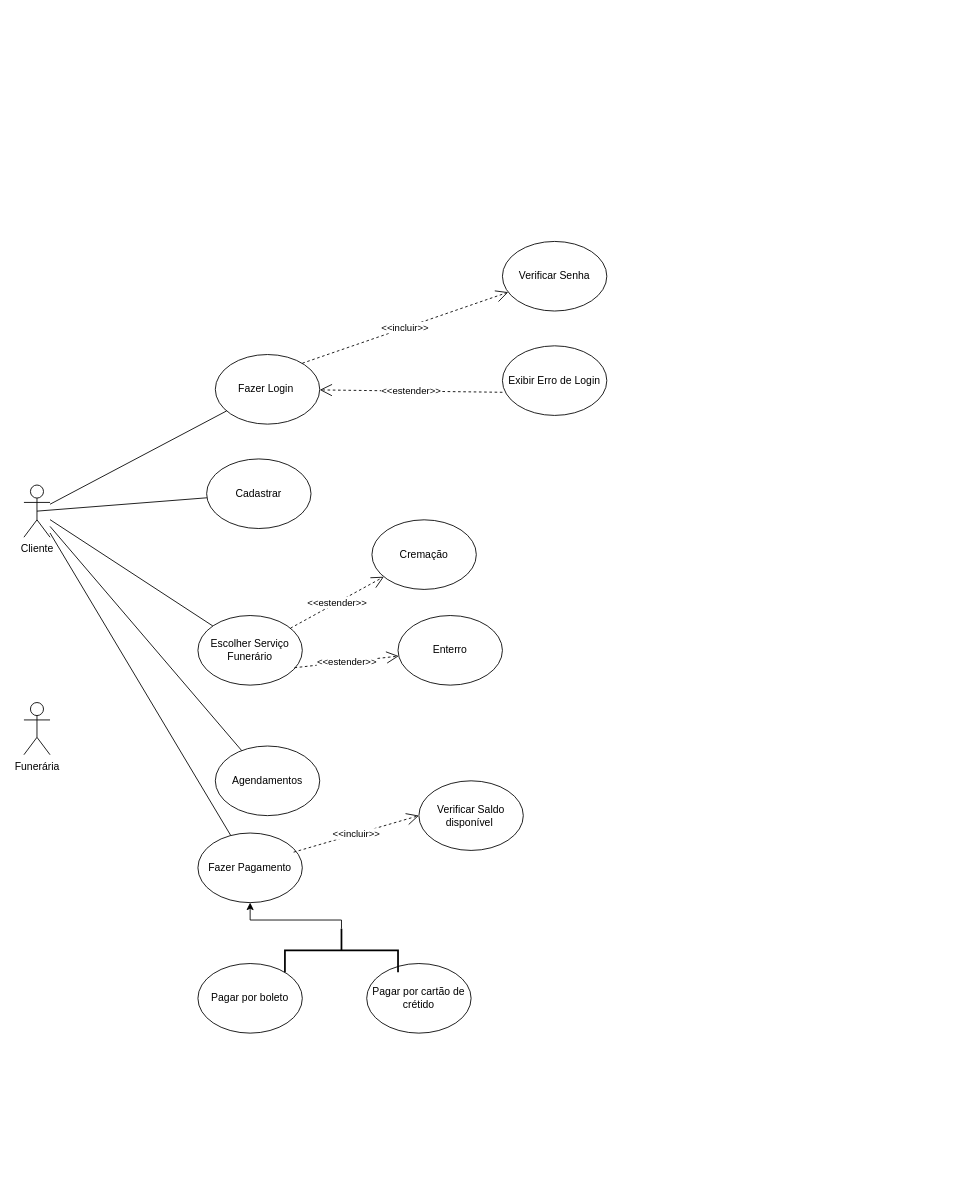
Earlier version of the draw.io diagram TrabalhoEngenharia.drawio (EsterGalati/Diagramas). Source tidied: cells renumbered, new cells numbered last; positions are measured from the earlier drawing's top-left corner, leaving out a move shared by most shapes. Both pictures are drawn from the tidied source at 87%, with x=0, y=0 at pixel (23, 241).
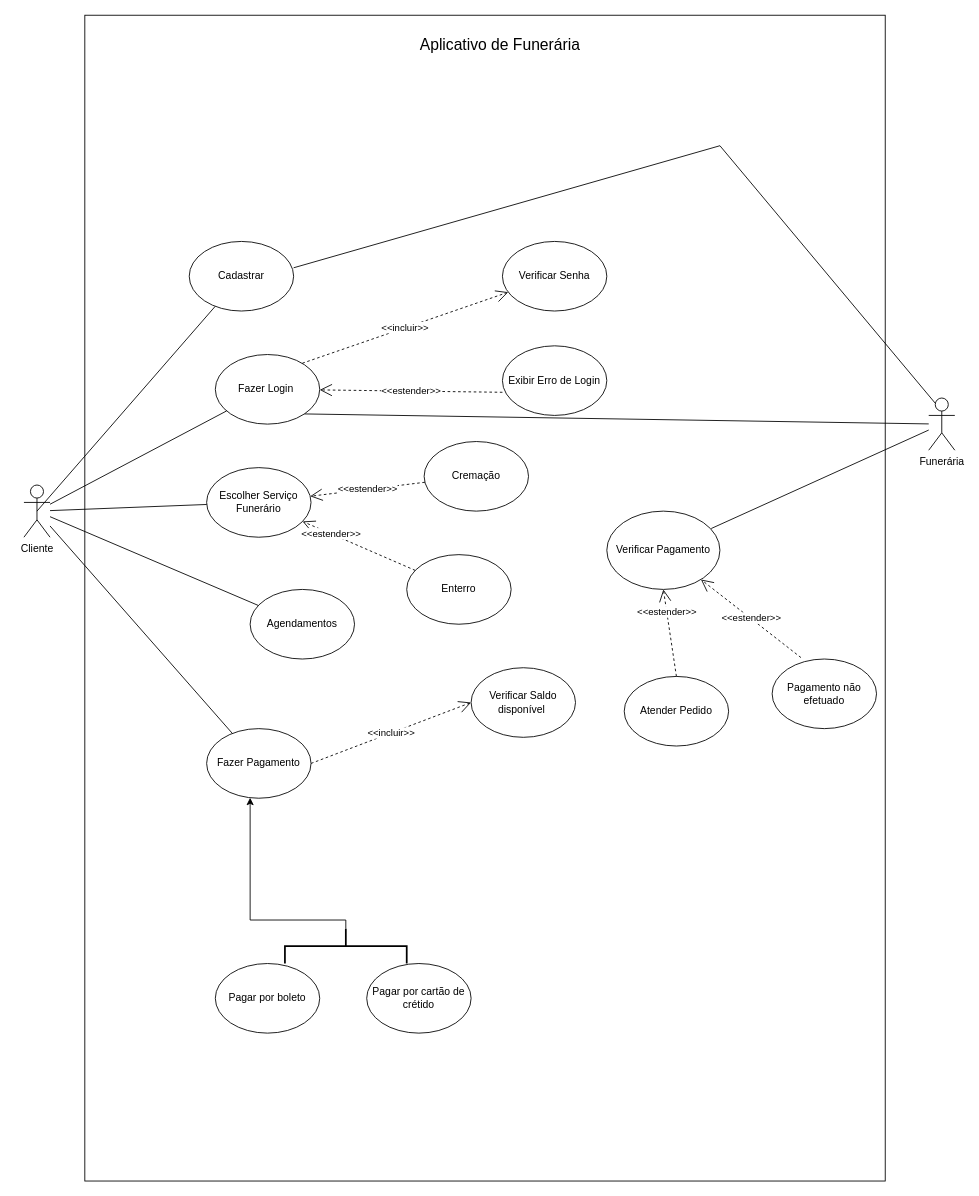
After the change.

The change refers to these unchanged cells:
```xml
<mxCell id="4" value="Fazer Login&amp;nbsp;" style="ellipse;whiteSpace=wrap;html=1;" parent="1" vertex="1">
  <mxGeometry x="220" y="130" width="120" height="80" as="geometry" />
</mxCell>
```

What changed in the source:
```diff
@@
-    <mxCell id="3" value="Funerária" style="shape=umlActor;verticalLabelPosition=bottom;verticalAlign=top;html=1;outlineConnect=0;" parent="1" vertex="1">
-      <mxGeometry y="530" width="30" height="60" as="geometry" />
-    </mxCell>
@@
     <mxCell id="5" value="Cadastrar" style="ellipse;whiteSpace=wrap;html=1;" parent="1" vertex="1">
-      <mxGeometry x="210" y="250" width="120" height="80" as="geometry" />
+      <mxGeometry x="190" width="120" height="80" as="geometry" />
     </mxCell>
     <mxCell id="6" value="Escolher Serviço Funerário" style="ellipse;whiteSpace=wrap;html=1;" parent="1" vertex="1">
-      <mxGeometry x="200" y="430" width="120" height="80" as="geometry" />
+      <mxGeometry x="210" y="260" width="120" height="80" as="geometry" />
     </mxCell>
     <mxCell id="7" value="Agendamentos" style="ellipse;whiteSpace=wrap;html=1;" parent="1" vertex="1">
-      <mxGeometry x="220" y="580" width="120" height="80" as="geometry" />
+      <mxGeometry x="260" y="400" width="120" height="80" as="geometry" />
     </mxCell>
@@
     <mxCell id="14" value="Fazer Pagamento" style="ellipse;whiteSpace=wrap;html=1;" parent="1" vertex="1">
-      <mxGeometry x="200" y="680" width="120" height="80" as="geometry" />
+      <mxGeometry x="210" y="560" width="120" height="80" as="geometry" />
     </mxCell>
@@
     <mxCell id="16" value="Verificar Saldo disponível&amp;nbsp;" style="ellipse;whiteSpace=wrap;html=1;" parent="1" vertex="1">
-      <mxGeometry x="454" y="620" width="120" height="80" as="geometry" />
+      <mxGeometry x="514" y="490" width="120" height="80" as="geometry" />
     </mxCell>
     <mxCell id="17" value="Pagar por boleto" style="ellipse;whiteSpace=wrap;html=1;" parent="1" vertex="1">
-      <mxGeometry x="200" y="830" width="120" height="80" as="geometry" />
+      <mxGeometry x="220" y="830" width="120" height="80" as="geometry" />
     </mxCell>
@@
-    <mxCell id="21" value="&amp;lt;&amp;lt;incluir&amp;gt;&amp;gt;" style="endArrow=open;endSize=12;dashed=1;html=1;rounded=0;entryX=0;entryY=0.5;entryDx=0;entryDy=0;" parent="1" edge="1" target="16">
-      <mxGeometry relative="1" as="geometry">
-        <mxPoint x="310" y="702" as="sourcePoint" />
-      </mxGeometry>
+    <mxCell id="21" value="&amp;lt;&amp;lt;incluir&amp;gt;&amp;gt;" style="endArrow=open;endSize=12;dashed=1;html=1;rounded=0;entryX=0;entryY=0.5;entryDx=0;entryDy=0;exitX=1;exitY=0.5;exitDx=0;exitDy=0;" parent="1" edge="1" source="14" target="16">
+      <mxGeometry relative="1" as="geometry" />
     </mxCell>
     <mxCell id="22" style="edgeStyle=orthogonalEdgeStyle;rounded=0;jettySize=auto;html=1;exitX=0;exitY=0.5;exitDx=0;exitDy=0;exitPerimeter=0;" parent="1" edge="1" source="23" target="14">
       <mxGeometry relative="1" as="geometry">
         <Array as="points">
-          <mxPoint x="365" y="780" />
+          <mxPoint x="370" y="780" />
           <mxPoint x="260" y="780" />
         </Array>
       </mxGeometry>
     </mxCell>
     <mxCell id="23" style="strokeWidth=2;html=1;shape=mxgraph.flowchart.annotation_2;align=left;labelPosition=right;direction=south;" parent="1" vertex="1">
-      <mxGeometry x="300" y="790" width="130" height="50" as="geometry" />
+      <mxGeometry x="300" y="790" width="140" height="40" as="geometry" />
     </mxCell>
     <mxCell id="24" value="Cremação" style="ellipse;whiteSpace=wrap;html=1;" parent="1" vertex="1">
-      <mxGeometry x="400" y="320" width="120" height="80" as="geometry" />
+      <mxGeometry x="460" y="230" width="120" height="80" as="geometry" />
     </mxCell>
     <mxCell id="25" value="Enterro" style="ellipse;whiteSpace=wrap;html=1;" parent="1" vertex="1">
-      <mxGeometry x="430" y="430" width="120" height="80" as="geometry" />
+      <mxGeometry x="440" y="360" width="120" height="80" as="geometry" />
     </mxCell>
-    <mxCell id="26" value="&amp;lt;&amp;lt;estender&amp;gt;&amp;gt;" style="endArrow=open;endSize=12;dashed=1;html=1;rounded=0;" parent="1" edge="1" source="6" target="24">
+    <mxCell id="26" value="&amp;lt;&amp;lt;estender&amp;gt;&amp;gt;" style="endArrow=open;endSize=12;dashed=1;html=1;rounded=0;" parent="1" edge="1" source="24" target="6">
       <mxGeometry relative="1" as="geometry" />
     </mxCell>
-    <mxCell id="27" value="&amp;lt;&amp;lt;estender&amp;gt;&amp;gt;" style="endArrow=open;endSize=12;dashed=1;html=1;rounded=0;" parent="1" edge="1" target="25">
-      <mxGeometry relative="1" as="geometry">
-        <mxPoint x="311" y="490" as="sourcePoint" />
-      </mxGeometry>
+    <mxCell id="27" value="&amp;lt;&amp;lt;estender&amp;gt;&amp;gt;" style="endArrow=open;endSize=12;dashed=1;html=1;rounded=0;" parent="1" edge="1" source="25" target="6">
+      <mxGeometry x="0.49" relative="1" as="geometry" />
     </mxCell>
+    <mxCell id="3" value="Funerária" style="shape=umlActor;verticalLabelPosition=bottom;verticalAlign=top;html=1;outlineConnect=0;" parent="1" vertex="1">
+      <mxGeometry x="1040" y="180" width="30" height="60" as="geometry" />
+    </mxCell>
+    <mxCell id="28" style="endArrow=none;html=1;rounded=0;exitX=1;exitY=1;exitDx=0;exitDy=0;" parent="1" edge="1" source="4" target="3">
+      <mxGeometry relative="1" as="geometry" />
+    </mxCell>
+    <mxCell id="29" value="Atender Pedido" style="ellipse;whiteSpace=wrap;html=1;" parent="1" vertex="1">
+      <mxGeometry x="690" y="500" width="120" height="80" as="geometry" />
+    </mxCell>
+    <mxCell id="30" value="Verificar Pagamento" style="ellipse;whiteSpace=wrap;html=1;" parent="1" vertex="1">
+      <mxGeometry x="670" y="310" width="130" height="90" as="geometry" />
+    </mxCell>
+    <mxCell id="31" style="endArrow=none;html=1;rounded=0;" parent="1" edge="1" target="3">
+      <mxGeometry relative="1" as="geometry">
+        <mxPoint x="790" y="330" as="sourcePoint" />
+      </mxGeometry>
+    </mxCell>
+    <mxCell id="32" value="Pagamento não efetuado" style="ellipse;whiteSpace=wrap;html=1;" parent="1" vertex="1">
+      <mxGeometry x="860" y="480" width="120" height="80" as="geometry" />
+    </mxCell>
+    <mxCell id="33" value="&amp;lt;&amp;lt;estender&amp;gt;&amp;gt;" style="endArrow=open;endSize=12;dashed=1;html=1;rounded=0;exitX=0.276;exitY=-0.021;exitDx=0;exitDy=0;exitPerimeter=0;" parent="1" edge="1" source="32" target="30">
+      <mxGeometry relative="1" as="geometry" />
+    </mxCell>
+    <mxCell id="34" value="&amp;lt;&amp;lt;estender&amp;gt;&amp;gt;" style="endArrow=open;endSize=12;dashed=1;html=1;rounded=0;entryX=0.5;entryY=1;entryDx=0;entryDy=0;exitX=0.5;exitY=0;exitDx=0;exitDy=0;" parent="1" edge="1" source="29" target="30">
+      <mxGeometry x="0.49" relative="1" as="geometry" />
+    </mxCell>
+    <mxCell id="35" style="rounded=0;whiteSpace=wrap;html=1;gradientColor=none;fillColor=none;" parent="1" vertex="1">
+      <mxGeometry x="70" y="-260" width="920" height="1340" as="geometry" />
+    </mxCell>
+    <mxCell id="36" value="Aplicativo de Funerária&amp;nbsp;" style="text;html=1;strokeColor=none;fillColor=none;align=center;verticalAlign=middle;whiteSpace=wrap;rounded=0;fontSize=18;" parent="1" vertex="1">
+      <mxGeometry x="440" y="-240" width="220" height="30" as="geometry" />
+    </mxCell>
+    <mxCell id="37" style="endArrow=none;html=1;rounded=0;entryX=0.25;entryY=0.239;entryDx=0;entryDy=0;entryPerimeter=0;exitX=0.25;exitY=0.1;exitDx=0;exitDy=0;exitPerimeter=0;" parent="1" edge="1" source="3">
+      <mxGeometry relative="1" as="geometry">
+        <mxPoint x="310" y="30.3" as="targetPoint" />
+        <Array as="points">
+          <mxPoint x="800" y="-110" />
+        </Array>
+      </mxGeometry>
+    </mxCell>
```
